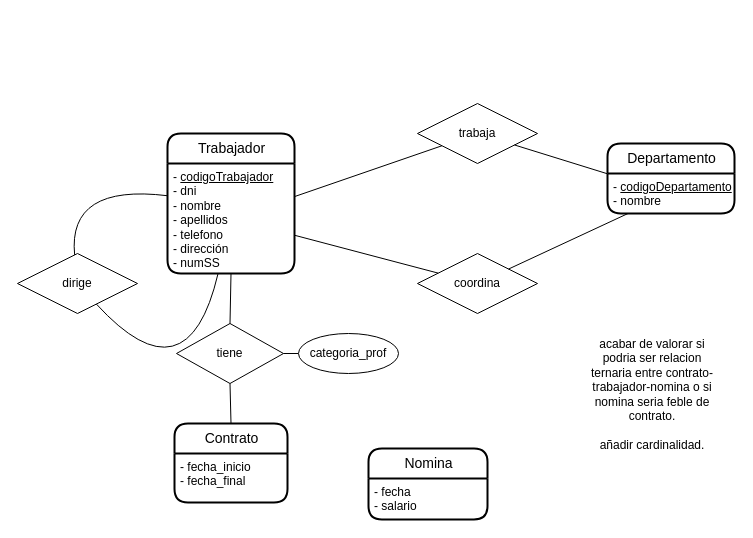
The draw.io diagram ex07.drawio in JuanMarinG/TA12_MYSQL, before the edit. Source tidied: cells renumbered, new cells numbered last; positions are measured from the earlier drawing's top-left corner, leaving out a move shared by most shapes. Both pictures are drawn from the tidied source at 100%, with x=0, y=0 at pixel (17, 103).
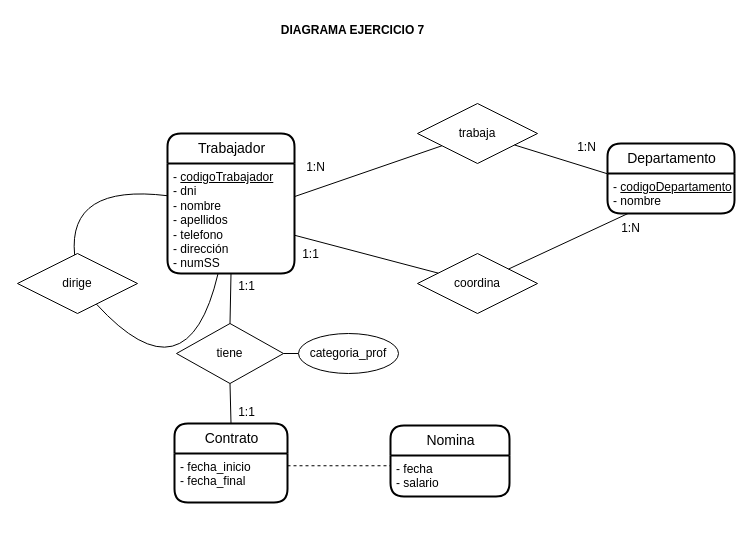
Above is the later version.

Commit message:
Relacion debil Contrato/Nomina y Cardinalidades

The change refers to these unchanged cells:
```xml
<mxCell id="16" value="&lt;div&gt;- fecha_inicio&lt;/div&gt;&lt;div&gt;- fecha_final&lt;br&gt;&lt;/div&gt;" style="align=left;strokeColor=none;fillColor=none;spacingLeft=4;fontSize=12;verticalAlign=top;html=1;" parent="15" vertex="1">
  <mxGeometry y="30" width="113" height="49" as="geometry" />
</mxCell>
<mxCell id="18" value="&lt;div&gt;- fecha&lt;/div&gt;&lt;div&gt;- salario&lt;br&gt;&lt;/div&gt;" style="align=left;strokeColor=none;fillColor=none;spacingLeft=4;fontSize=12;verticalAlign=top;html=1;" parent="17" vertex="1">
  <mxGeometry y="30" width="119" height="41" as="geometry" />
</mxCell>
```

The edit, as a diff of the source:
```diff
@@
     <mxCell id="17" value="Nomina" style="swimlane;horizontal=1;startSize=30;rounded=1;fontSize=14;fontStyle=0;strokeWidth=2;shadow=0;dashed=0;align=center;html=1;" parent="1" vertex="1">
-      <mxGeometry x="351" y="345" width="119" height="71" as="geometry" />
+      <mxGeometry x="373" y="322" width="119" height="71" as="geometry" />
     </mxCell>
@@
-    <mxCell id="24" value="&lt;div&gt;acabar de valorar si podria ser relacion ternaria entre contrato-trabajador-nomina o si nomina seria feble de contrato.&lt;/div&gt;&lt;div&gt;&lt;br&gt;&lt;/div&gt;&lt;div&gt;añadir cardinalidad.&lt;br&gt;&lt;/div&gt;" style="text;html=1;strokeColor=none;fillColor=none;align=center;verticalAlign=middle;whiteSpace=wrap;rounded=0;fontSize=12;" parent="1" vertex="1">
-      <mxGeometry x="563" y="276" width="144" height="30" as="geometry" />
-    </mxCell>
+    <mxCell id="25" value="&lt;b&gt;DIAGRAMA EJERCICIO 7&lt;/b&gt;" style="text;html=1;align=center;verticalAlign=middle;strokeColor=none;fillColor=none;" parent="1" vertex="1">
+      <mxGeometry x="259" y="-86" width="152" height="26" as="geometry" />
+    </mxCell>
+    <mxCell id="26" value="1:N" style="text;html=1;align=center;verticalAlign=middle;strokeColor=none;fillColor=none;" parent="1" vertex="1">
+      <mxGeometry x="279" y="51" width="37" height="26" as="geometry" />
+    </mxCell>
+    <mxCell id="27" value="1:N" style="text;html=1;align=center;verticalAlign=middle;strokeColor=none;fillColor=none;" parent="1" vertex="1">
+      <mxGeometry x="550" y="31" width="37" height="26" as="geometry" />
+    </mxCell>
+    <mxCell id="28" value="1:1" style="text;html=1;align=center;verticalAlign=middle;strokeColor=none;fillColor=none;" parent="1" vertex="1">
+      <mxGeometry x="275" y="138" width="35" height="26" as="geometry" />
+    </mxCell>
+    <mxCell id="29" value="1:N" style="text;html=1;align=center;verticalAlign=middle;strokeColor=none;fillColor=none;" parent="1" vertex="1">
+      <mxGeometry x="594" y="112" width="37" height="26" as="geometry" />
+    </mxCell>
+    <mxCell id="30" style="endArrow=none;dashed=1;html=1;rounded=0;exitX=1;exitY=0.25;exitDx=0;exitDy=0;entryX=0;entryY=0.25;entryDx=0;entryDy=0;" parent="1" edge="1" source="16" target="18">
+      <mxGeometry relative="1" as="geometry" />
+    </mxCell>
+    <mxCell id="31" value="1:1" style="text;html=1;align=center;verticalAlign=middle;strokeColor=none;fillColor=none;" parent="1" vertex="1">
+      <mxGeometry x="211" y="296" width="35" height="26" as="geometry" />
+    </mxCell>
+    <mxCell id="32" value="1:1" style="text;html=1;align=center;verticalAlign=middle;strokeColor=none;fillColor=none;" parent="1" vertex="1">
+      <mxGeometry x="211" y="170" width="35" height="26" as="geometry" />
+    </mxCell>
```
